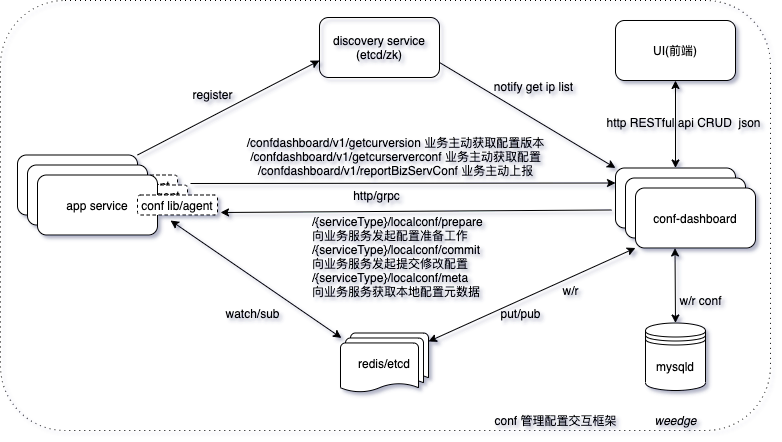
This is config-arch.drawio.png from weedge/mypic, a draw.io export, as it was before one commit. Source tidied: cells renumbered, new cells last; positions are measured from the earlier drawing's top-left corner, leaving out a move shared by most shapes.
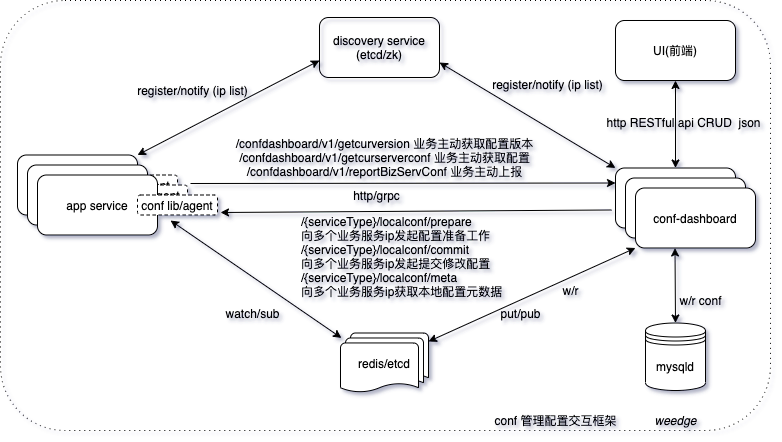
The same diagram one commit later.

The edit, as a diff of the source:
```diff
@@ -81,10 +81,10 @@
       <mxGeometry x="217" y="302.5" width="70" height="20" as="geometry" />
     </mxCell>
     <mxCell id="24" value="/confdashboard/v1/getcurversion 业务主动获取配置版本&lt;br&gt;/confdashboard/v1/getcurserverconf 业务主动获取配置&lt;br&gt;/confdashboard/v1/reportBizServConf 业务主动上报" style="text;html=1;align=center;verticalAlign=middle;strokeColor=none;fillColor=none;" parent="1" vertex="1">
-      <mxGeometry x="240" y="130.5" width="310" height="50" as="geometry" />
+      <mxGeometry x="229" y="132" width="310" height="50" as="geometry" />
     </mxCell>
-    <mxCell id="25" value="/{serviceType}/localconf/prepare &lt;br&gt;向业务服务发起配置准备工作&lt;br&gt;/{serviceType}/localconf/commit&amp;nbsp;&lt;br&gt;向业务服务发起提交修改配置&lt;br&gt;/{serviceType}/localconf/meta&lt;br&gt;向业务服务获取本地配置元数据" style="text;whiteSpace=wrap;html=1;" parent="1" vertex="1">
-      <mxGeometry x="310" y="207.5" width="200" height="30" as="geometry" />
+    <mxCell id="25" value="/{serviceType}/localconf/prepare &lt;br&gt;向多个业务服务ip发起配置准备工作&lt;br&gt;/{serviceType}/localconf/commit&amp;nbsp;&lt;br&gt;向多个业务服务ip发起提交修改配置&lt;br&gt;/{serviceType}/localconf/meta&lt;br&gt;向多个业务服务ip获取本地配置元数据" style="text;whiteSpace=wrap;html=1;" parent="1" vertex="1">
+      <mxGeometry x="299" y="207.5" width="209" height="30" as="geometry" />
     </mxCell>
     <mxCell id="26" value="w/r conf" style="text;html=1;align=center;verticalAlign=middle;strokeColor=none;fillColor=none;" parent="1" vertex="1">
       <mxGeometry x="670" y="290" width="60" height="20" as="geometry" />
@@ -104,19 +104,19 @@
     <mxCell id="31" value="discovery service&lt;br&gt;(etcd/zk)" style="rounded=1;whiteSpace=wrap;html=1;shadow=0;labelBackgroundColor=none;fontColor=none;strokeWidth=1;fillColor=none;" parent="1" vertex="1">
       <mxGeometry x="319" y="17" width="120" height="60" as="geometry" />
     </mxCell>
-    <mxCell id="32" style="endArrow=classic;startArrow=none;html=1;rounded=0;fontColor=none;exitX=1;exitY=0;exitDx=0;exitDy=0;startFill=0;" parent="1" edge="1" source="5">
+    <mxCell id="32" style="endArrow=classic;startArrow=classic;html=1;rounded=0;fontColor=none;exitX=1;exitY=0;exitDx=0;exitDy=0;startFill=1;" parent="1" edge="1" source="5">
       <mxGeometry relative="1" as="geometry">
         <mxPoint x="319" y="60" as="targetPoint" />
       </mxGeometry>
     </mxCell>
-    <mxCell id="33" style="endArrow=none;startArrow=classic;html=1;rounded=0;fontColor=none;entryX=1;entryY=0.75;entryDx=0;entryDy=0;exitX=0;exitY=0;exitDx=0;exitDy=0;endFill=0;" parent="1" edge="1" source="3" target="31">
+    <mxCell id="33" style="endArrow=classic;startArrow=classic;html=1;rounded=0;fontColor=none;entryX=1;entryY=0.75;entryDx=0;entryDy=0;exitX=0;exitY=0;exitDx=0;exitDy=0;endFill=1;" parent="1" edge="1" source="3" target="31">
       <mxGeometry relative="1" as="geometry" />
     </mxCell>
-    <mxCell id="34" value="notify get ip list" style="text;html=1;align=center;verticalAlign=middle;strokeColor=none;fillColor=none;fontColor=none;" parent="1" vertex="1">
-      <mxGeometry x="488" y="76" width="90" height="20" as="geometry" />
+    <mxCell id="34" value="register/notify (ip list)" style="text;html=1;align=center;verticalAlign=middle;strokeColor=none;fillColor=none;fontColor=none;" parent="1" vertex="1">
+      <mxGeometry x="127" y="80" width="130" height="20" as="geometry" />
     </mxCell>
-    <mxCell id="35" value="register" style="text;html=1;align=center;verticalAlign=middle;strokeColor=none;fillColor=none;fontColor=none;" parent="1" vertex="1">
-      <mxGeometry x="182" y="84" width="60" height="20" as="geometry" />
-    </mxCell>
+    <mxCell id="36" value="register/notify (ip list)" style="text;html=1;align=center;verticalAlign=middle;strokeColor=none;fillColor=none;fontColor=none;" parent="1" vertex="1">
+      <mxGeometry x="482" y="74" width="130" height="20" as="geometry" />
+    </mxCell>
   </root>
 </mxGraphModel>
```
